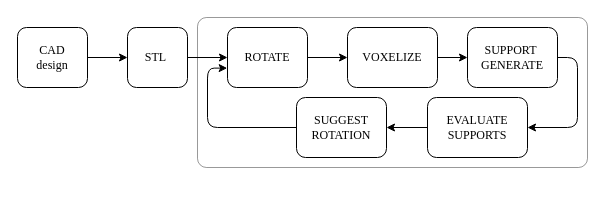
Above: !5_article/Images/processOrientationOptimization.drawio in hapeet/3D-print-optimization___India-summer-internship (draw.io), before the change. Source tidied: cells renumbered, new cells numbered last; positions are measured from the earlier drawing's top-left corner, leaving out a move shared by most shapes. Both pictures are drawn from the tidied source at 100%, with x=0, y=0 at pixel (17, 17).
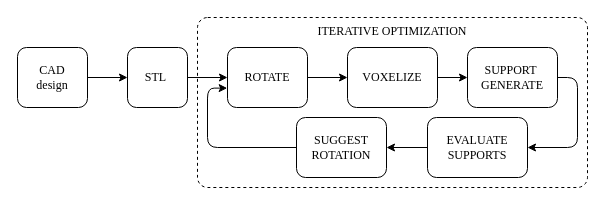
The same diagram, later.

What changed in the source:
```diff
@@
-    <mxCell id="2" style="rounded=1;whiteSpace=wrap;html=1;arcSize=6;opacity=40;" parent="1" vertex="1">
-      <mxGeometry x="180" width="390" height="150" as="geometry" />
+    <mxCell id="2" value="ITERATIVE OPTIMIZATION" style="rounded=1;whiteSpace=wrap;html=1;arcSize=6;verticalAlign=top;fontFamily=Times New Roman;strokeColor=#000000;dashed=1;" parent="1" vertex="1">
+      <mxGeometry x="180" width="390" height="170" as="geometry" />
     </mxCell>
+    <mxCell id="17" style="group;fontFamily=Times New Roman;" parent="1" vertex="1">
+      <mxGeometry y="20" width="570" height="160" as="geometry" />
+    </mxCell>
+    <mxCell id="4" value="CAD&lt;br&gt;design" style="rounded=1;whiteSpace=wrap;html=1;fontFamily=Times New Roman;" parent="17" vertex="1">
+      <mxGeometry y="10" width="70" height="60" as="geometry" />
+    </mxCell>
+    <mxCell id="6" value="STL&amp;nbsp;" style="whiteSpace=wrap;html=1;fontFamily=Times New Roman;rounded=1;" parent="17" vertex="1">
+      <mxGeometry x="110" y="10" width="60" height="60" as="geometry" />
+    </mxCell>
-    <mxCell id="3" style="edgeStyle=orthogonalEdgeStyle;rounded=0;jettySize=auto;html=1;" parent="1" edge="1" source="4" target="6">
+    <mxCell id="3" style="edgeStyle=orthogonalEdgeStyle;rounded=0;jettySize=auto;html=1;" parent="17" edge="1" source="4" target="6">
       <mxGeometry relative="1" as="geometry" />
     </mxCell>
-    <mxCell id="4" value="CAD&lt;br&gt;design" style="rounded=1;whiteSpace=wrap;html=1;fontFamily=Times New Roman;" parent="1" vertex="1">
-      <mxGeometry y="10" width="70" height="60" as="geometry" />
-    </mxCell>
+    <mxCell id="8" value="ROTATE" style="whiteSpace=wrap;html=1;fontFamily=Times New Roman;rounded=1;" parent="17" vertex="1">
+      <mxGeometry x="210" y="10" width="80" height="60" as="geometry" />
+    </mxCell>
-    <mxCell id="5" style="edgeStyle=orthogonalEdgeStyle;rounded=0;jettySize=auto;html=1;" parent="1" edge="1" source="6" target="8">
+    <mxCell id="5" style="edgeStyle=orthogonalEdgeStyle;rounded=0;jettySize=auto;html=1;" parent="17" edge="1" source="6" target="8">
       <mxGeometry relative="1" as="geometry" />
     </mxCell>
-    <mxCell id="6" value="STL&amp;nbsp;" style="whiteSpace=wrap;html=1;fontFamily=Times New Roman;rounded=1;" parent="1" vertex="1">
-      <mxGeometry x="110" y="10" width="60" height="60" as="geometry" />
-    </mxCell>
+    <mxCell id="10" value="VOXELIZE" style="whiteSpace=wrap;html=1;fontFamily=Times New Roman;rounded=1;" parent="17" vertex="1">
+      <mxGeometry x="330" y="10" width="90" height="60" as="geometry" />
+    </mxCell>
-    <mxCell id="7" style="edgeStyle=orthogonalEdgeStyle;rounded=0;jettySize=auto;html=1;" parent="1" edge="1" source="8" target="10">
+    <mxCell id="7" style="edgeStyle=orthogonalEdgeStyle;rounded=0;jettySize=auto;html=1;" parent="17" edge="1" source="8" target="10">
       <mxGeometry relative="1" as="geometry" />
     </mxCell>
-    <mxCell id="8" value="ROTATE" style="whiteSpace=wrap;html=1;fontFamily=Times New Roman;rounded=1;" parent="1" vertex="1">
-      <mxGeometry x="210" y="10" width="80" height="60" as="geometry" />
-    </mxCell>
-    <mxCell id="9" style="edgeStyle=orthogonalEdgeStyle;rounded=0;jettySize=auto;html=1;" parent="1" edge="1" source="10" target="12">
-      <mxGeometry relative="1" as="geometry" />
-    </mxCell>
-    <mxCell id="10" value="VOXELIZE" style="whiteSpace=wrap;html=1;fontFamily=Times New Roman;rounded=1;" parent="1" vertex="1">
-      <mxGeometry x="330" y="10" width="90" height="60" as="geometry" />
-    </mxCell>
-    <mxCell id="11" style="edgeStyle=orthogonalEdgeStyle;rounded=1;jettySize=auto;html=1;entryX=-0.004;entryY=0.677;entryDx=0;entryDy=0;entryPerimeter=0;" parent="1" edge="1" source="14" target="8">
+    <mxCell id="11" style="edgeStyle=orthogonalEdgeStyle;rounded=1;jettySize=auto;html=1;entryX=-0.004;entryY=0.677;entryDx=0;entryDy=0;entryPerimeter=0;" parent="17" edge="1" source="14" target="8">
       <mxGeometry relative="1" as="geometry">
         <Array as="points">
           <mxPoint x="190" y="51" />
         </Array>
       </mxGeometry>
     </mxCell>
-    <mxCell id="12" value="SUPPORT&amp;nbsp; GENERATE" style="whiteSpace=wrap;html=1;fontFamily=Times New Roman;rounded=1;" parent="1" vertex="1">
+    <mxCell id="12" value="SUPPORT&amp;nbsp; GENERATE" style="whiteSpace=wrap;html=1;fontFamily=Times New Roman;rounded=1;" parent="17" vertex="1">
       <mxGeometry x="450" y="10" width="90" height="60" as="geometry" />
     </mxCell>
-    <mxCell id="13" style="edgeStyle=orthogonalEdgeStyle;rounded=1;jettySize=auto;html=1;entryX=1;entryY=0.5;entryDx=0;entryDy=0;" parent="1" edge="1" source="16" target="14">
-      <mxGeometry relative="1" as="geometry" />
-    </mxCell>
+    <mxCell id="9" style="edgeStyle=orthogonalEdgeStyle;rounded=0;jettySize=auto;html=1;" parent="17" edge="1" source="10" target="12">
+      <mxGeometry relative="1" as="geometry" />
+    </mxCell>
-    <mxCell id="14" value="SUGGEST ROTATION" style="whiteSpace=wrap;html=1;fontFamily=Times New Roman;rounded=1;" parent="1" vertex="1">
+    <mxCell id="14" value="SUGGEST ROTATION" style="whiteSpace=wrap;html=1;fontFamily=Times New Roman;rounded=1;" parent="17" vertex="1">
       <mxGeometry x="279" y="80" width="90" height="60" as="geometry" />
     </mxCell>
-    <mxCell id="15" style="edgeStyle=orthogonalEdgeStyle;rounded=1;jettySize=auto;html=1;entryX=1;entryY=0.5;entryDx=0;entryDy=0;" parent="1" edge="1" target="16">
+    <mxCell id="15" style="edgeStyle=orthogonalEdgeStyle;rounded=1;jettySize=auto;html=1;entryX=1;entryY=0.5;entryDx=0;entryDy=0;" parent="17" edge="1" target="16">
       <mxGeometry relative="1" as="geometry">
         <mxPoint x="540" y="40" as="sourcePoint" />
         <Array as="points">
           <mxPoint x="560" y="40" />
           <mxPoint x="560" y="110" />
         </Array>
       </mxGeometry>
     </mxCell>
-    <mxCell id="16" value="EVALUATE SUPPORTS" style="whiteSpace=wrap;html=1;fontFamily=Times New Roman;rounded=1;" parent="1" vertex="1">
+    <mxCell id="16" value="EVALUATE SUPPORTS" style="whiteSpace=wrap;html=1;fontFamily=Times New Roman;rounded=1;" parent="17" vertex="1">
       <mxGeometry x="410" y="80" width="100" height="60" as="geometry" />
     </mxCell>
+    <mxCell id="13" style="edgeStyle=orthogonalEdgeStyle;rounded=1;jettySize=auto;html=1;entryX=1;entryY=0.5;entryDx=0;entryDy=0;" parent="17" edge="1" source="16" target="14">
+      <mxGeometry relative="1" as="geometry" />
+    </mxCell>
```
